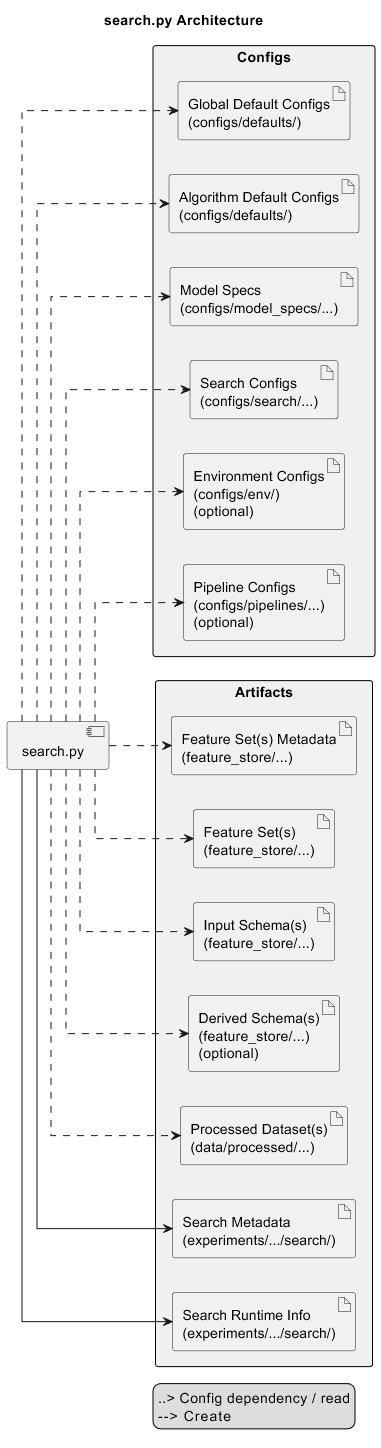
The PlantUML diagram docs/architecture/img/search.png in Sebastijan-Dominis/ml-workflow-engine, before a commit. Its source is kept beside it as docs/architecture/uml/search.puml. Source of this version:
```plantuml
@startuml search.py Architecture
title search.py Architecture
left to right direction

skinparam shadowing false
skinparam linetype ortho
skinparam packageStyle rectangle

skinparam package {
    BorderColor black
    BackgroundColor #f0f0f0
    Shadowing false
}

package "Configs" {
    artifact global_cfg as "Global Default Configs\n(configs/defaults/)"
    artifact algo_cfg as "Algorithm Default Configs\n(configs/defaults/)"
    artifact model_spec as "Model Specs\n(configs/model_specs/...)"
    artifact search_cfg as "Search Configs\n(configs/search/...)"
    artifact env_cfg as "Environment Configs\n(configs/env/)\n(optional)"
    artifact pipeline_cfg as "Pipeline Configs\n(configs/pipelines/...)\n(optional)"
}

component script as "search.py"

package "Artifacts" {
    artifact feature_sets_metadata as "Feature Set(s) Metadata\n(feature_store/...)"
    artifact features as "Feature Set(s)\n(feature_store/...)"
    artifact input_schemas as "Input Schema(s)\n(feature_store/...)"
    artifact derived_schemas as "Derived Schema(s)\n(feature_store/...)\n(optional)"
    artifact processed_datasets as "Processed Dataset(s)\n(data/processed/...)"
    artifact search_metadata as "Search Metadata\n(experiments/.../search/)"
    artifact search_runtime_info as "Search Runtime Info\n(experiments/.../search/)"
}

script ..> global_cfg
script ..> algo_cfg
script ..> model_spec
script ..> search_cfg
script ..> env_cfg
script ..> pipeline_cfg

script ..> feature_sets_metadata
script ..> features
script ..> input_schemas
script ..> derived_schemas
script ..> processed_datasets

script --> search_metadata
script --> search_runtime_info

legend right
..>   Config dependency / read
-->   Create
endlegend

@enduml
```
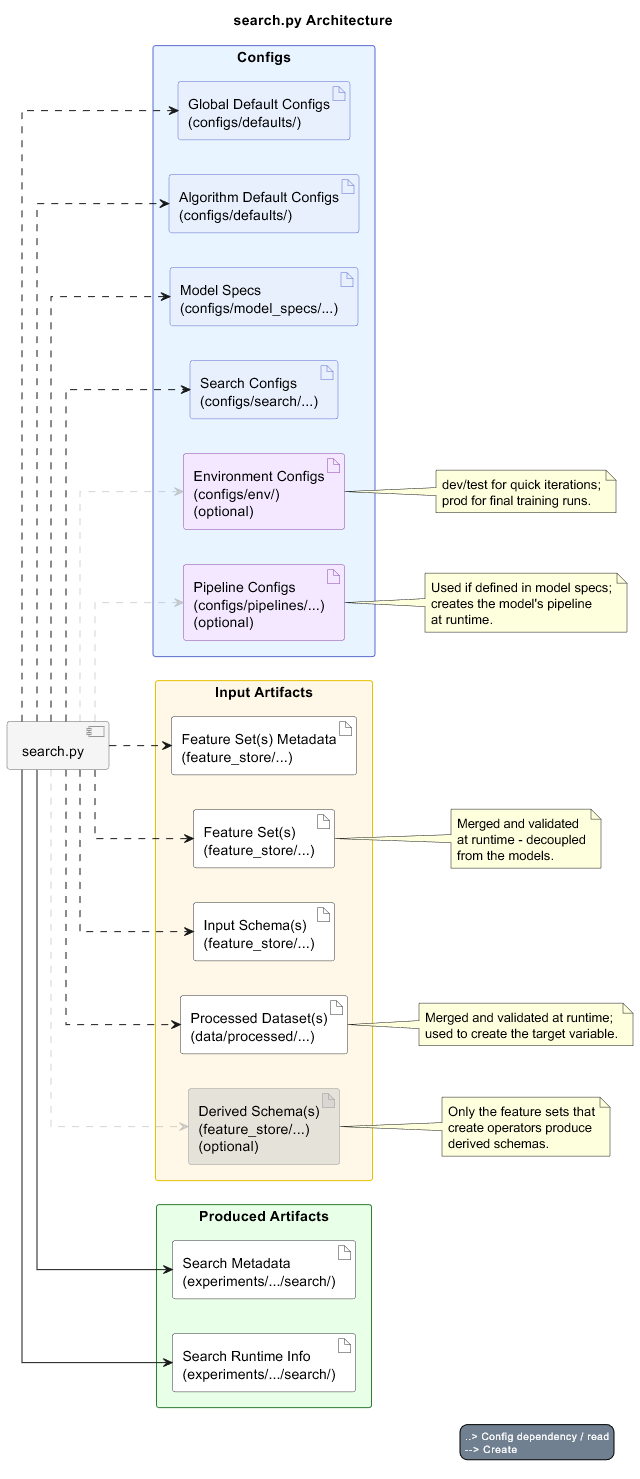
Above is the later version.

Change to the diagram source:
```diff
@@ -1,53 +1,79 @@
 @startuml search.py Architecture
 title search.py Architecture
+!include architecture-theme.puml
 left to right direction
 
 skinparam shadowing false
 skinparam linetype ortho
 skinparam packageStyle rectangle
 
-skinparam package {
-    BorderColor black
-    BackgroundColor #f0f0f0
-    Shadowing false
+package "Configs"<<Configs>> {
+    artifact global_cfg as "Global Default Configs\n(configs/defaults/)" <<config>>
+    artifact algo_cfg as "Algorithm Default Configs\n(configs/defaults/)" <<config>>
+    artifact model_spec as "Model Specs\n(configs/model_specs/...)" <<config>>
+    artifact search_cfg as "Search Configs\n(configs/search/...)" <<config>>
+    artifact env_cfg as "Environment Configs\n(configs/env/)\n(optional)" <<env>>
+    artifact pipeline_cfg as "Pipeline Configs\n(configs/pipelines/...)\n(optional)" <<env>>
 }
 
-package "Configs" {
-    artifact global_cfg as "Global Default Configs\n(configs/defaults/)"
-    artifact algo_cfg as "Algorithm Default Configs\n(configs/defaults/)"
-    artifact model_spec as "Model Specs\n(configs/model_specs/...)"
-    artifact search_cfg as "Search Configs\n(configs/search/...)"
-    artifact env_cfg as "Environment Configs\n(configs/env/)\n(optional)"
-    artifact pipeline_cfg as "Pipeline Configs\n(configs/pipelines/...)\n(optional)"
+component script as "search.py" <<script>>
+
+package "Input Artifacts"<<InputArtifacts>> {
+    artifact feature_sets_metadata as "Feature Set(s) Metadata\n(feature_store/...)" <<artifact>>
+    artifact feature_sets as "Feature Set(s)\n(feature_store/...)" <<artifact>>
+    artifact input_schemas as "Input Schema(s)\n(feature_store/...)" <<artifact>>
+    artifact processed_datasets as "Processed Dataset(s)\n(data/processed/...)" <<artifact>>
+    artifact derived_schemas as "Derived Schema(s)\n(feature_store/...)\n(optional)" <<artifact_optional>>
 }
 
-component script as "search.py"
-
-package "Artifacts" {
-    artifact feature_sets_metadata as "Feature Set(s) Metadata\n(feature_store/...)"
-    artifact features as "Feature Set(s)\n(feature_store/...)"
-    artifact input_schemas as "Input Schema(s)\n(feature_store/...)"
-    artifact derived_schemas as "Derived Schema(s)\n(feature_store/...)\n(optional)"
-    artifact processed_datasets as "Processed Dataset(s)\n(data/processed/...)"
-    artifact search_metadata as "Search Metadata\n(experiments/.../search/)"
-    artifact search_runtime_info as "Search Runtime Info\n(experiments/.../search/)"
+package "Produced Artifacts"<<ProducedArtifacts>> {
+    artifact search_metadata as "Search Metadata\n(experiments/.../search/)" <<artifact>>
+    artifact search_runtime_info as "Search Runtime Info\n(experiments/.../search/)" <<artifact>>
 }
 
 script ..> global_cfg
 script ..> algo_cfg
 script ..> model_spec
 script ..> search_cfg
-script ..> env_cfg
-script ..> pipeline_cfg
+script ..[#AAAAAA80]> env_cfg
+script ..[#AAAAAA80]> pipeline_cfg
 
 script ..> feature_sets_metadata
-script ..> features
+script ..> feature_sets
 script ..> input_schemas
-script ..> derived_schemas
+script ..[#AAAAAA80]> derived_schemas
 script ..> processed_datasets
 
 script --> search_metadata
 script --> search_runtime_info
+
+note right of env_cfg
+dev/test for quick iterations;
+prod for final training runs.
+end note
+
+note right of pipeline_cfg
+Used if defined in model specs;
+creates the model's pipeline
+at runtime.
+end note
+
+note right of derived_schemas
+Only the feature sets that
+create operators produce
+derived schemas.
+end note
+
+note right of feature_sets
+Merged and validated
+at runtime - decoupled
+from the models.
+end note
+
+note right of processed_datasets
+Merged and validated at runtime;
+used to create the target variable.
+end note
 
 legend right
 ..>   Config dependency / read
```
